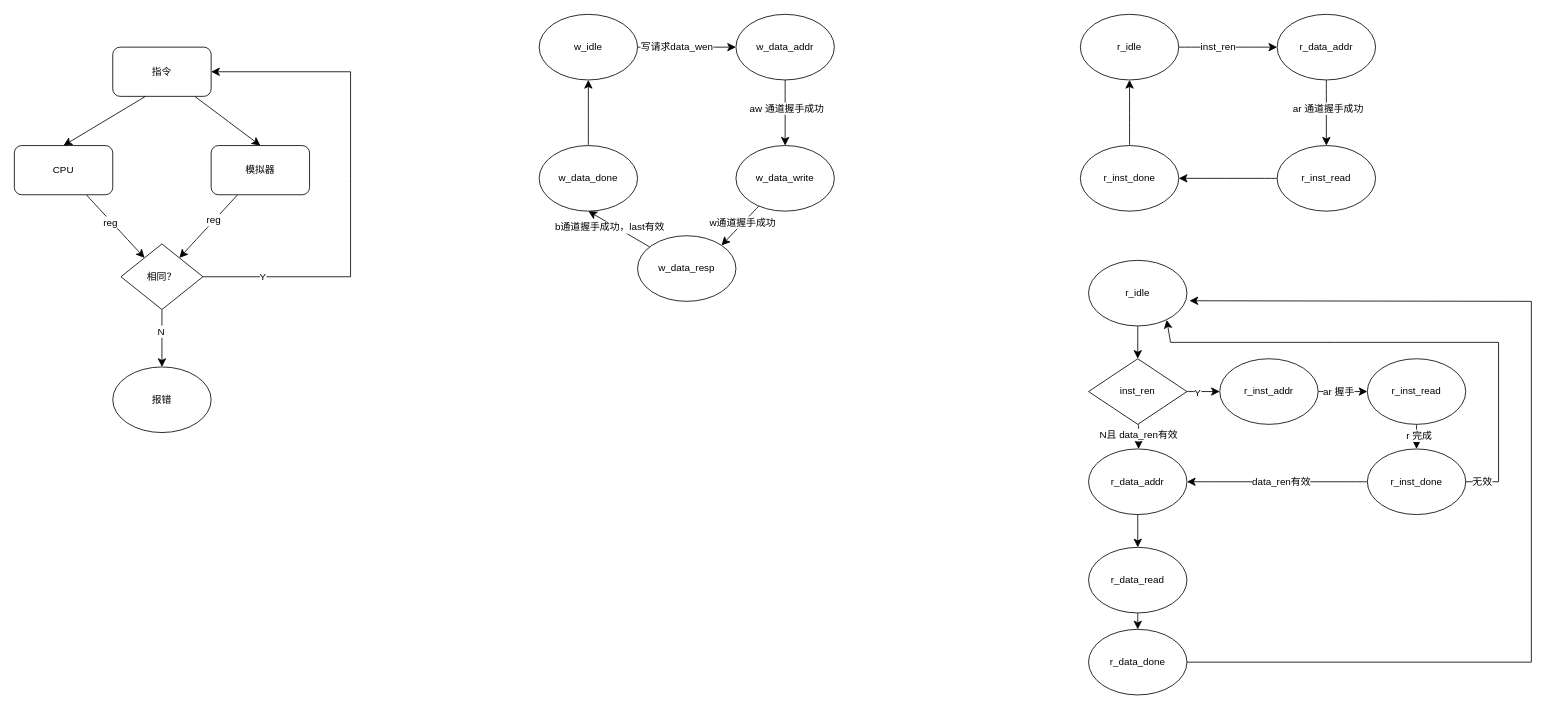
Above: page "毕业论文" (8 of 8) of 五级流水.drawio in ZPNMiaoHeng/drawioFolder (draw.io), before the change. Source tidied: cells renumbered, new cells numbered last; positions are measured from the earlier drawing's top-left corner, leaving out a move shared by most shapes. Both pictures are drawn from the tidied source at 82%, with x=0, y=0 at pixel (14, 14).
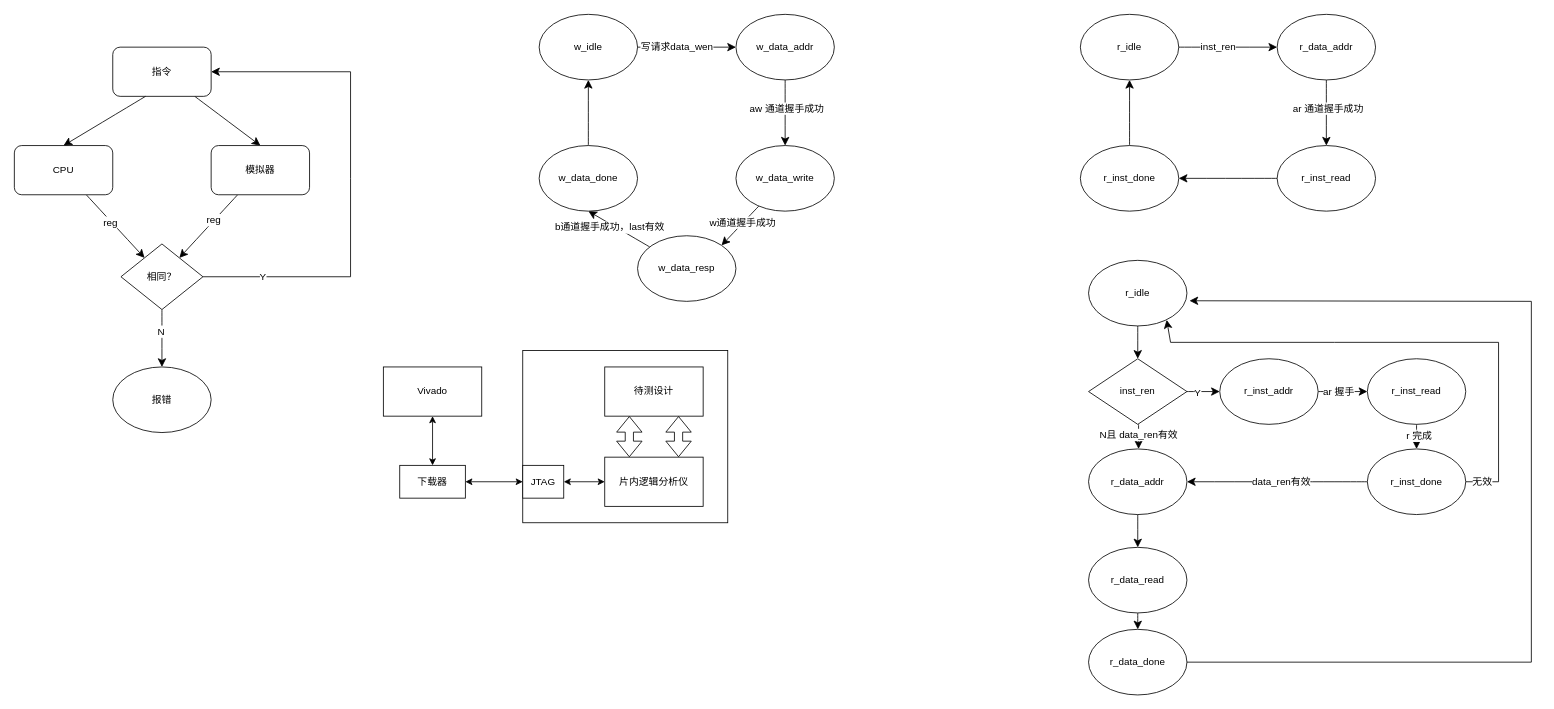
The same diagram, later.

Commit message:
更新五级流水.drawio

The edit, as a diff of the source:
```diff
@@
+    <mxCell id="65" value="Vivado" style="rounded=0;whiteSpace=wrap;html=1;" parent="1" vertex="1">
+      <mxGeometry x="450" y="430" width="120" height="60" as="geometry" />
+    </mxCell>
+    <mxCell id="66" value="下载器" style="rounded=0;whiteSpace=wrap;html=1;" parent="1" vertex="1">
+      <mxGeometry x="470" y="550" width="80" height="40" as="geometry" />
+    </mxCell>
+    <mxCell id="67" value="待测设计" style="rounded=0;whiteSpace=wrap;html=1;" parent="1" vertex="1">
+      <mxGeometry x="720" y="430" width="120" height="60" as="geometry" />
+    </mxCell>
+    <mxCell id="68" value="片内逻辑分析仪" style="rounded=0;whiteSpace=wrap;html=1;" parent="1" vertex="1">
+      <mxGeometry x="720" y="540" width="120" height="60" as="geometry" />
+    </mxCell>
+    <mxCell id="69" style="rounded=0;whiteSpace=wrap;html=1;fillColor=none;" parent="1" vertex="1">
+      <mxGeometry x="620" y="410" width="250" height="210" as="geometry" />
+    </mxCell>
+    <mxCell id="70" style="shape=flexArrow;endArrow=classic;startArrow=classic;html=1;rounded=0;entryX=0.25;entryY=1;entryDx=0;entryDy=0;exitX=0.25;exitY=0;exitDx=0;exitDy=0;" parent="1" edge="1" source="68" target="67">
+      <mxGeometry relative="1" as="geometry" />
+    </mxCell>
+    <mxCell id="71" style="shape=flexArrow;endArrow=classic;startArrow=classic;html=1;rounded=0;entryX=0.75;entryY=1;entryDx=0;entryDy=0;exitX=0.75;exitY=0;exitDx=0;exitDy=0;" parent="1" edge="1" source="68" target="67">
+      <mxGeometry relative="1" as="geometry" />
+    </mxCell>
+    <mxCell id="72" value="JTAG" style="rounded=0;whiteSpace=wrap;html=1;" parent="1" vertex="1">
+      <mxGeometry x="620" y="550" width="50" height="40" as="geometry" />
+    </mxCell>
+    <mxCell id="73" style="endArrow=classic;startArrow=classic;html=1;rounded=0;exitX=1;exitY=0.5;exitDx=0;exitDy=0;entryX=0;entryY=0.5;entryDx=0;entryDy=0;" parent="1" edge="1" source="72" target="68">
+      <mxGeometry relative="1" as="geometry" />
+    </mxCell>
+    <mxCell id="74" style="endArrow=classic;startArrow=classic;html=1;rounded=0;entryX=0.5;entryY=1;entryDx=0;entryDy=0;exitX=0.5;exitY=0;exitDx=0;exitDy=0;" parent="1" edge="1" source="66" target="65">
+      <mxGeometry relative="1" as="geometry" />
+    </mxCell>
+    <mxCell id="75" style="endArrow=classic;startArrow=classic;html=1;rounded=0;entryX=0;entryY=0.5;entryDx=0;entryDy=0;exitX=1;exitY=0.5;exitDx=0;exitDy=0;" parent="1" edge="1" source="66" target="72">
+      <mxGeometry relative="1" as="geometry" />
+    </mxCell>
```
